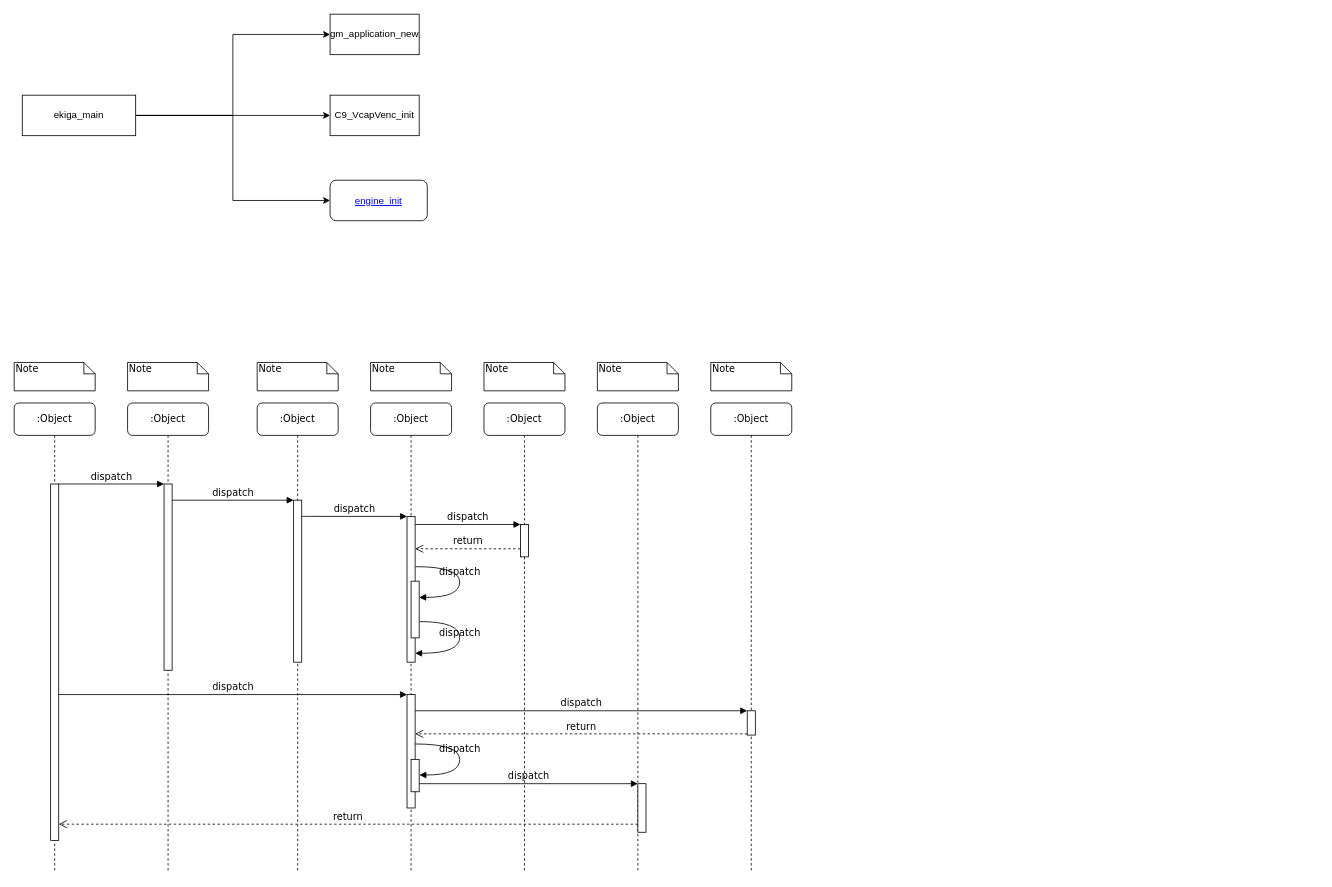
GavinLook/videolearning keeps this draw.io diagram as page "ekiga_main" (1 of 4) of sdk_int.drawio. Above is the earlier version. Source tidied: cells renumbered, new cells numbered last; positions are measured from the earlier drawing's top-left corner, leaving out a move shared by most shapes. Both pictures are drawn from the tidied source at 81%, with x=0, y=0 at pixel (14, 14).
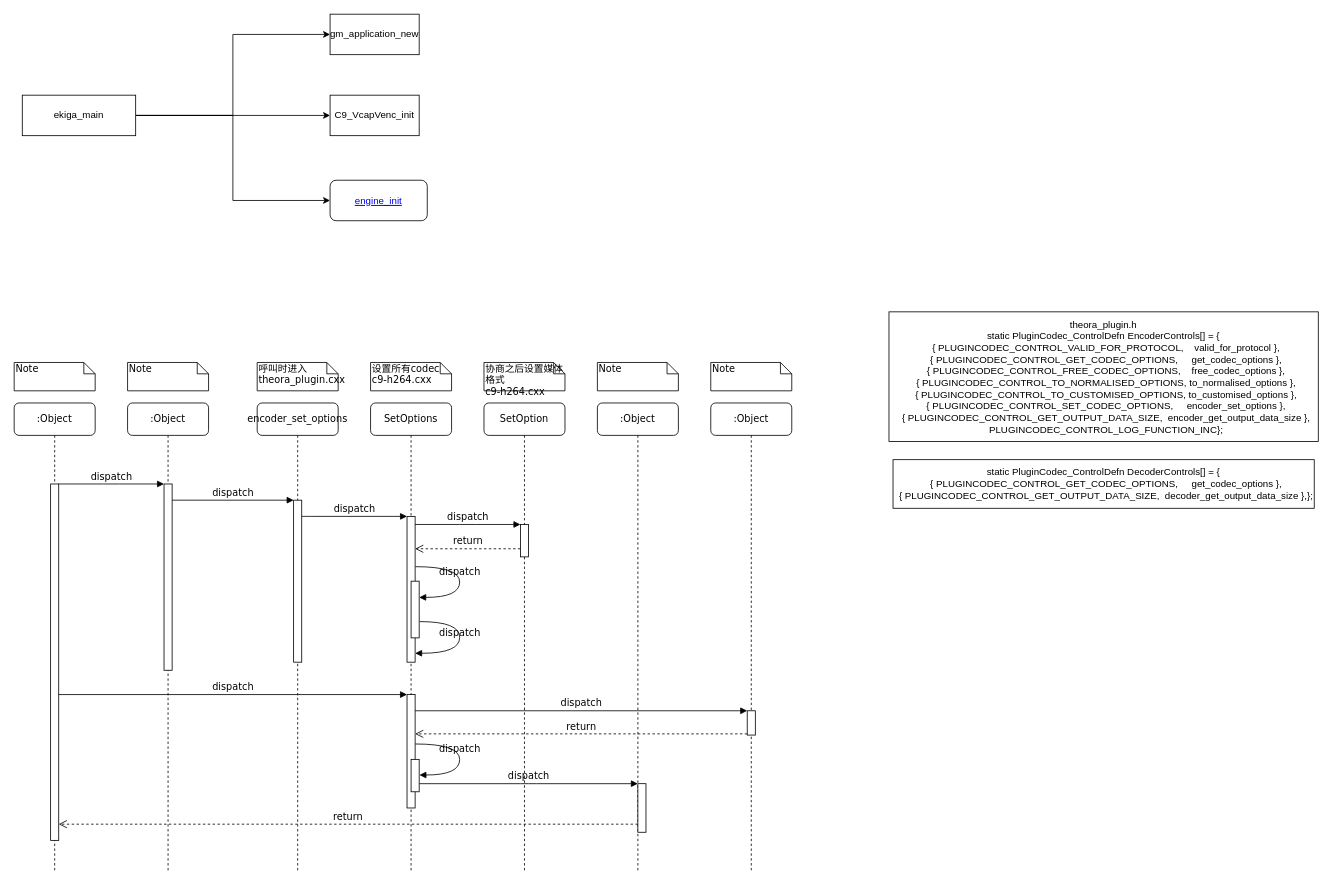
After the change.

What changed in the source:
```diff
@@
-    <mxCell id="4" value=":Object" style="shape=umlLifeline;perimeter=lifelinePerimeter;whiteSpace=wrap;html=1;rounded=1;shadow=0;comic=0;labelBackgroundColor=none;strokeWidth=1;fontFamily=Verdana;fontSize=12;align=center;" parent="1" vertex="1">
+    <mxCell id="4" value="encoder_set_options" style="shape=umlLifeline;perimeter=lifelinePerimeter;whiteSpace=wrap;html=1;rounded=1;shadow=0;comic=0;labelBackgroundColor=none;strokeWidth=1;fontFamily=Verdana;fontSize=12;align=center;" parent="1" vertex="1">
       <mxGeometry x="300" y="480" width="100" height="580" as="geometry" />
     </mxCell>
@@
-    <mxCell id="6" value=":Object" style="shape=umlLifeline;perimeter=lifelinePerimeter;whiteSpace=wrap;html=1;rounded=1;shadow=0;comic=0;labelBackgroundColor=none;strokeWidth=1;fontFamily=Verdana;fontSize=12;align=center;" parent="1" vertex="1">
+    <mxCell id="6" value="SetOptions" style="shape=umlLifeline;perimeter=lifelinePerimeter;whiteSpace=wrap;html=1;rounded=1;shadow=0;comic=0;labelBackgroundColor=none;strokeWidth=1;fontFamily=Verdana;fontSize=12;align=center;" parent="1" vertex="1">
       <mxGeometry x="440" y="480" width="100" height="580" as="geometry" />
     </mxCell>
-    <mxCell id="7" value=":Object" style="shape=umlLifeline;perimeter=lifelinePerimeter;whiteSpace=wrap;html=1;rounded=1;shadow=0;comic=0;labelBackgroundColor=none;strokeWidth=1;fontFamily=Verdana;fontSize=12;align=center;" parent="1" vertex="1">
+    <mxCell id="7" value="SetOption" style="shape=umlLifeline;perimeter=lifelinePerimeter;whiteSpace=wrap;html=1;rounded=1;shadow=0;comic=0;labelBackgroundColor=none;strokeWidth=1;fontFamily=Verdana;fontSize=12;align=center;" parent="1" vertex="1">
       <mxGeometry x="580" y="480" width="100" height="580" as="geometry" />
     </mxCell>
@@
-    <mxCell id="34" value="Note" style="shape=note;whiteSpace=wrap;html=1;size=14;verticalAlign=top;align=left;spacingTop=-6;rounded=0;shadow=0;comic=0;labelBackgroundColor=none;strokeWidth=1;fontFamily=Verdana;fontSize=12;" parent="1" vertex="1">
+    <mxCell id="34" value="呼叫时进入&lt;br&gt;theora_plugin.cxx" style="shape=note;whiteSpace=wrap;html=1;size=14;verticalAlign=top;align=left;spacingTop=-6;rounded=0;shadow=0;comic=0;labelBackgroundColor=none;strokeWidth=1;fontFamily=Verdana;fontSize=12;" parent="1" vertex="1">
       <mxGeometry x="300" y="430" width="100" height="35" as="geometry" />
     </mxCell>
-    <mxCell id="35" value="Note" style="shape=note;whiteSpace=wrap;html=1;size=14;verticalAlign=top;align=left;spacingTop=-6;rounded=0;shadow=0;comic=0;labelBackgroundColor=none;strokeWidth=1;fontFamily=Verdana;fontSize=12;" parent="1" vertex="1">
+    <mxCell id="35" value="设置所有codec&lt;br&gt;c9-h264.cxx" style="shape=note;whiteSpace=wrap;html=1;size=14;verticalAlign=top;align=left;spacingTop=-6;rounded=0;shadow=0;comic=0;labelBackgroundColor=none;strokeWidth=1;fontFamily=Verdana;fontSize=12;" parent="1" vertex="1">
       <mxGeometry x="440" y="430" width="100" height="35" as="geometry" />
     </mxCell>
@@
-    <mxCell id="37" value="Note" style="shape=note;whiteSpace=wrap;html=1;size=14;verticalAlign=top;align=left;spacingTop=-6;rounded=0;shadow=0;comic=0;labelBackgroundColor=none;strokeWidth=1;fontFamily=Verdana;fontSize=12;" parent="1" vertex="1">
+    <mxCell id="37" value="协商之后设置媒体格式&lt;br&gt;c9-h264.cxx" style="shape=note;whiteSpace=wrap;html=1;size=14;verticalAlign=top;align=left;spacingTop=-6;rounded=0;shadow=0;comic=0;labelBackgroundColor=none;strokeWidth=1;fontFamily=Verdana;fontSize=12;" parent="1" vertex="1">
       <mxGeometry x="580" y="430" width="100" height="35" as="geometry" />
     </mxCell>
@@
+    <mxCell id="46" value="&lt;div&gt;theora_plugin.h&lt;br&gt;&lt;/div&gt;&lt;div&gt;static PluginCodec_ControlDefn EncoderControls[] = {&lt;/div&gt;&lt;div&gt;&amp;nbsp; { PLUGINCODEC_CONTROL_VALID_FOR_PROTOCOL,&amp;nbsp; &amp;nbsp; valid_for_protocol },&lt;/div&gt;&lt;div&gt;&amp;nbsp; { PLUGINCODEC_CONTROL_GET_CODEC_OPTIONS,&amp;nbsp; &amp;nbsp; &amp;nbsp;get_codec_options },&lt;/div&gt;&lt;div&gt;&amp;nbsp; { PLUGINCODEC_CONTROL_FREE_CODEC_OPTIONS,&amp;nbsp; &amp;nbsp; free_codec_options },&lt;/div&gt;&lt;div&gt;&amp;nbsp; { PLUGINCODEC_CONTROL_TO_NORMALISED_OPTIONS, to_normalised_options },&lt;/div&gt;&lt;div&gt;&amp;nbsp; { PLUGINCODEC_CONTROL_TO_CUSTOMISED_OPTIONS, to_customised_options },&lt;/div&gt;&lt;div&gt;&amp;nbsp; { PLUGINCODEC_CONTROL_SET_CODEC_OPTIONS,&amp;nbsp; &amp;nbsp; &amp;nbsp;encoder_set_options },&lt;/div&gt;&lt;div&gt;&amp;nbsp; { PLUGINCODEC_CONTROL_GET_OUTPUT_DATA_SIZE,&amp;nbsp; encoder_get_output_data_size },&lt;/div&gt;&lt;div&gt;&amp;nbsp; PLUGINCODEC_CONTROL_LOG_FUNCTION_INC&lt;span style=&quot;background-color: initial;&quot;&gt;};&lt;/span&gt;&lt;/div&gt;" style="rounded=0;whiteSpace=wrap;html=1;" parent="1" vertex="1">
+      <mxGeometry x="1080" y="367.5" width="530" height="160" as="geometry" />
+    </mxCell>
+    <mxCell id="47" value="&lt;div&gt;static PluginCodec_ControlDefn DecoderControls[] = {&lt;/div&gt;&lt;div&gt;&amp;nbsp; { PLUGINCODEC_CONTROL_GET_CODEC_OPTIONS,&amp;nbsp; &amp;nbsp; &amp;nbsp;get_codec_options },&lt;/div&gt;&lt;div&gt;&amp;nbsp; { PLUGINCODEC_CONTROL_GET_OUTPUT_DATA_SIZE,&amp;nbsp; decoder_get_output_data_size },&lt;span style=&quot;background-color: initial;&quot;&gt;};&lt;/span&gt;&lt;/div&gt;" style="rounded=0;whiteSpace=wrap;html=1;" parent="1" vertex="1">
+      <mxGeometry x="1085" y="550" width="520" height="60" as="geometry" />
+    </mxCell>
```
